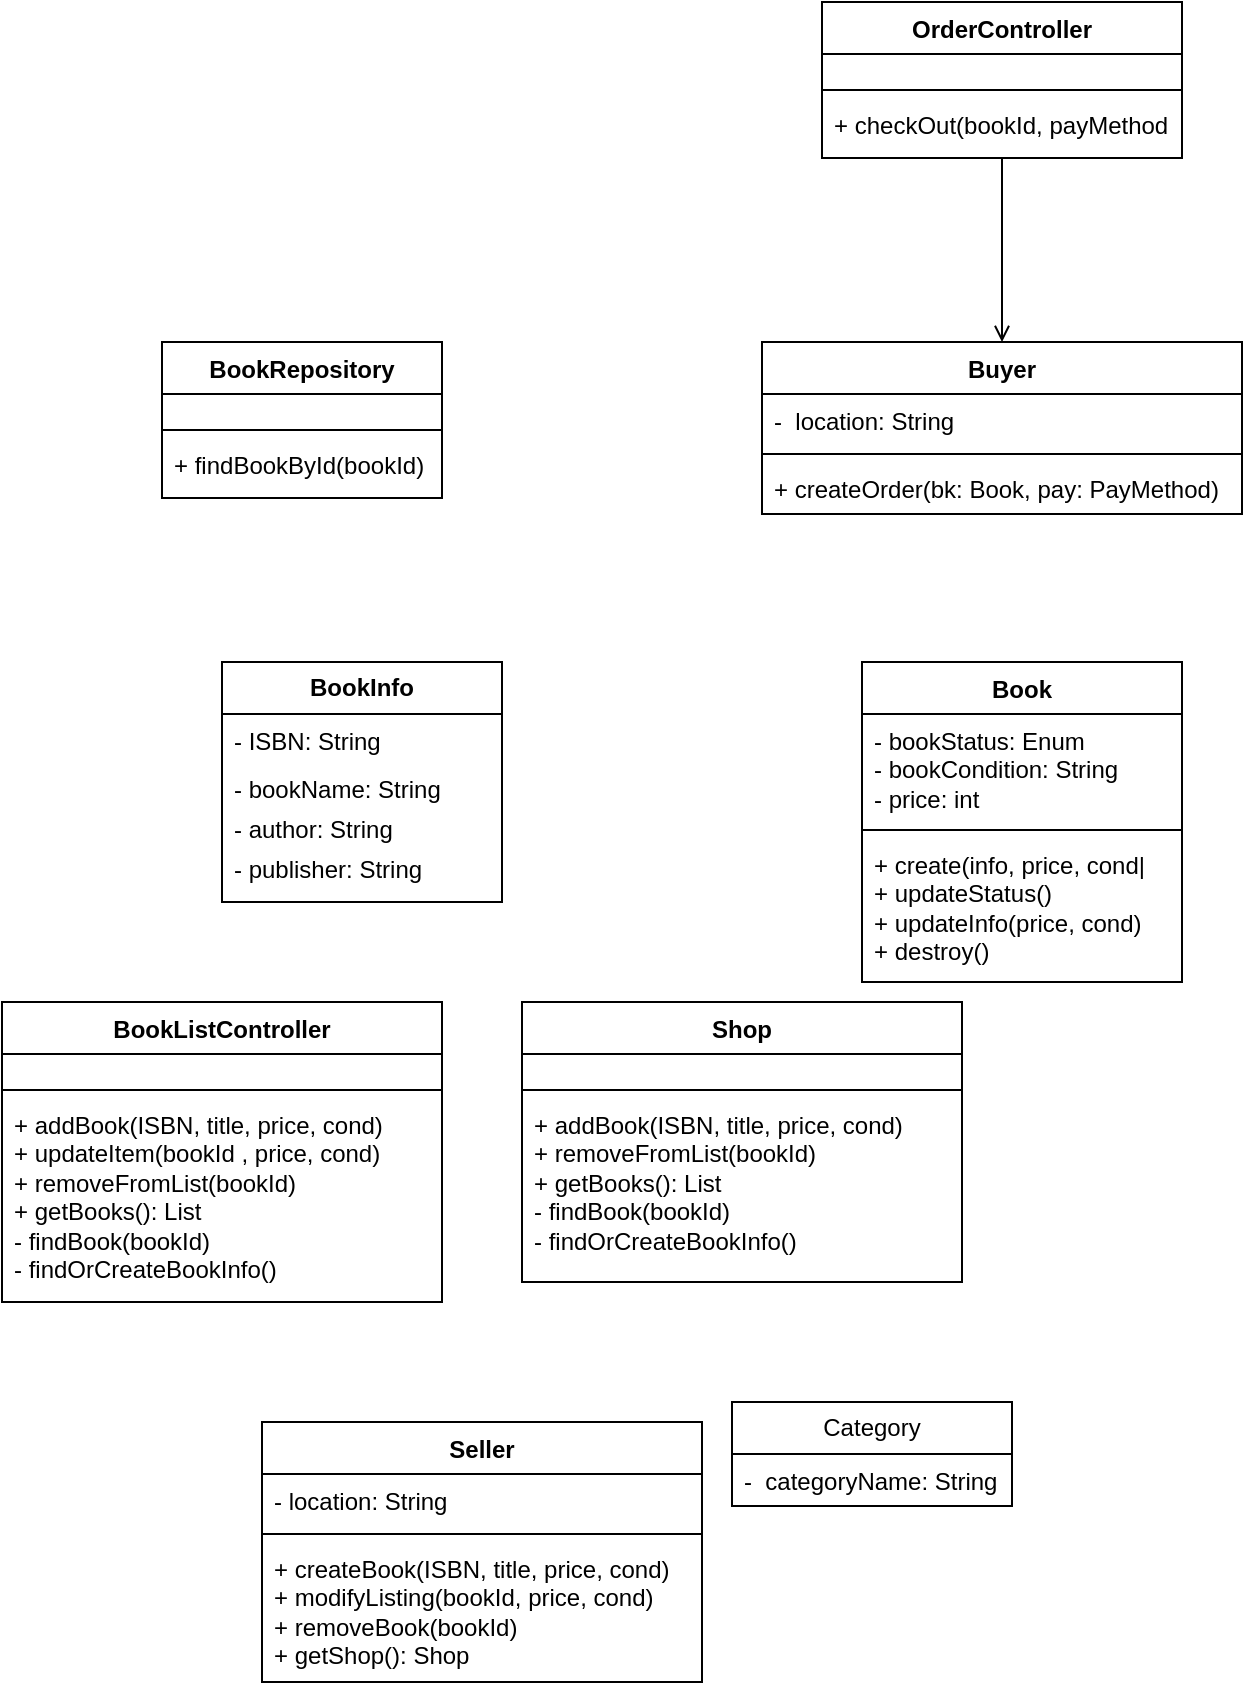
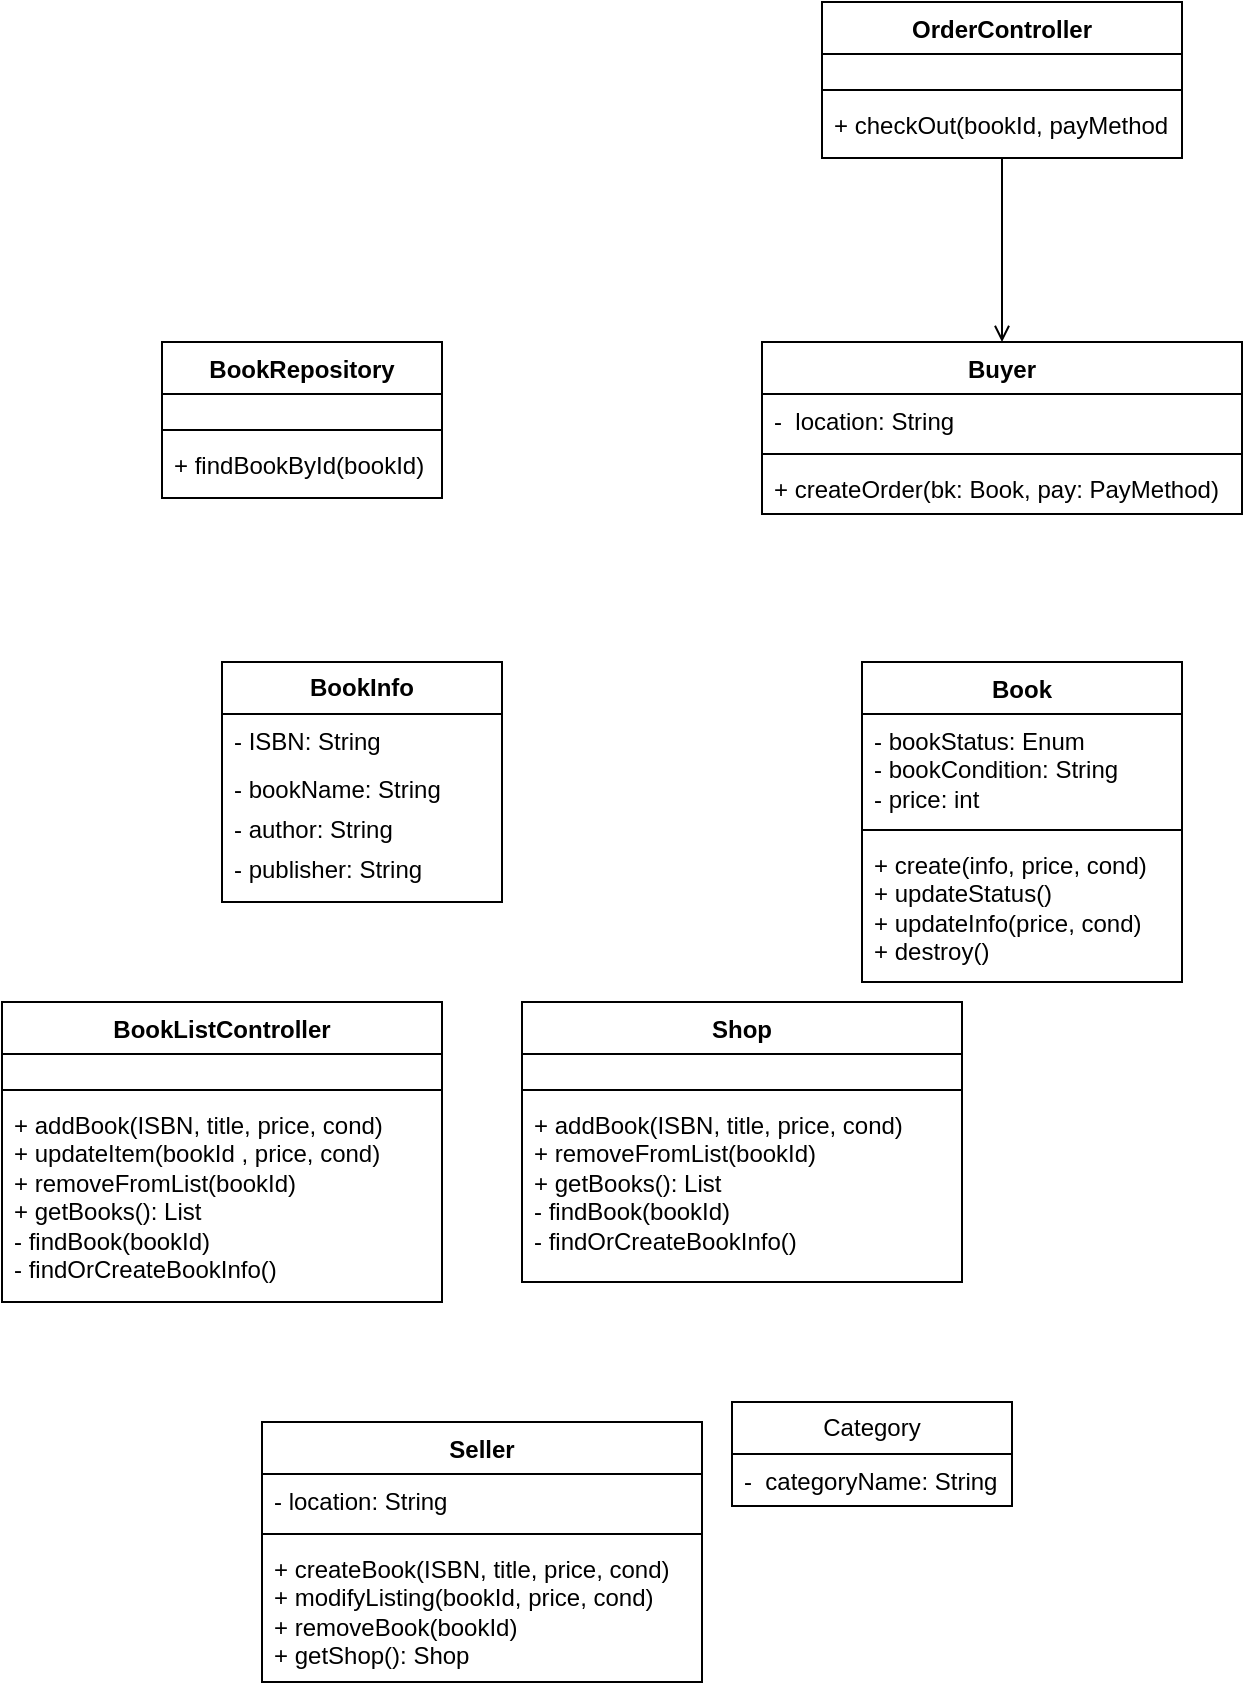
<mxfile host="app.diagrams.net">
  <diagram name="Page-1" id="VtFivtQyLcDJVtvw4Dsk">
-     <mxGraphModel dx="1043" dy="783" grid="1" gridSize="10" guides="1" tooltips="1" connect="1" arrows="1" fold="1" page="1" pageScale="1" pageWidth="850" pageHeight="1100" math="0" shadow="0">
+     <mxGraphModel dx="815" dy="487" grid="1" gridSize="10" guides="1" tooltips="1" connect="1" arrows="1" fold="1" page="1" pageScale="1" pageWidth="850" pageHeight="1100" math="0" shadow="0">
      <root>
        <mxCell id="0" />
        <mxCell id="1" parent="0" />
        <mxCell id="dG0GwmCcpYR5AFMPY-24-1" parent="1" style="swimlane;fontStyle=1;align=center;verticalAlign=top;childLayout=stackLayout;horizontal=1;startSize=26;horizontalStack=0;resizeParent=1;resizeParentMax=0;resizeLast=0;collapsible=1;marginBottom=0;whiteSpace=wrap;html=1;" value="OrderController" vertex="1">
          <mxGeometry height="78" width="180" x="470" y="240" as="geometry" />
        </mxCell>
        <mxCell id="dG0GwmCcpYR5AFMPY-24-2" parent="dG0GwmCcpYR5AFMPY-24-1" style="text;strokeColor=none;fillColor=none;align=left;verticalAlign=top;spacingLeft=4;spacingRight=4;overflow=hidden;rotatable=0;points=[[0,0.5],[1,0.5]];portConstraint=eastwest;whiteSpace=wrap;html=1;" value="&amp;nbsp;" vertex="1">
          <mxGeometry height="14" width="180" y="26" as="geometry" />
        </mxCell>
        <mxCell id="dG0GwmCcpYR5AFMPY-24-3" parent="dG0GwmCcpYR5AFMPY-24-1" style="line;strokeWidth=1;fillColor=none;align=left;verticalAlign=middle;spacingTop=-1;spacingLeft=3;spacingRight=3;rotatable=0;labelPosition=right;points=[];portConstraint=eastwest;strokeColor=inherit;" value="" vertex="1">
          <mxGeometry height="8" width="180" y="40" as="geometry" />
        </mxCell>
        <mxCell id="dG0GwmCcpYR5AFMPY-24-4" parent="dG0GwmCcpYR5AFMPY-24-1" style="text;strokeColor=none;fillColor=none;align=left;verticalAlign=top;spacingLeft=4;spacingRight=4;overflow=hidden;rotatable=0;points=[[0,0.5],[1,0.5]];portConstraint=eastwest;whiteSpace=wrap;html=1;" value="+ checkOut(bookId, payMethod" vertex="1">
          <mxGeometry height="30" width="180" y="48" as="geometry" />
        </mxCell>
        <mxCell id="dG0GwmCcpYR5AFMPY-24-5" parent="1" style="swimlane;fontStyle=1;align=center;verticalAlign=top;childLayout=stackLayout;horizontal=1;startSize=26;horizontalStack=0;resizeParent=1;resizeParentMax=0;resizeLast=0;collapsible=1;marginBottom=0;whiteSpace=wrap;html=1;" value="Buyer" vertex="1">
          <mxGeometry height="86" width="240" x="440" y="410" as="geometry" />
        </mxCell>
        <mxCell id="dG0GwmCcpYR5AFMPY-24-6" parent="dG0GwmCcpYR5AFMPY-24-5" style="text;strokeColor=none;fillColor=none;align=left;verticalAlign=top;spacingLeft=4;spacingRight=4;overflow=hidden;rotatable=0;points=[[0,0.5],[1,0.5]];portConstraint=eastwest;whiteSpace=wrap;html=1;" value="-&amp;nbsp; location: String" vertex="1">
          <mxGeometry height="26" width="240" y="26" as="geometry" />
        </mxCell>
        <mxCell id="dG0GwmCcpYR5AFMPY-24-7" parent="dG0GwmCcpYR5AFMPY-24-5" style="line;strokeWidth=1;fillColor=none;align=left;verticalAlign=middle;spacingTop=-1;spacingLeft=3;spacingRight=3;rotatable=0;labelPosition=right;points=[];portConstraint=eastwest;strokeColor=inherit;" value="" vertex="1">
          <mxGeometry height="8" width="240" y="52" as="geometry" />
        </mxCell>
        <mxCell id="dG0GwmCcpYR5AFMPY-24-8" parent="dG0GwmCcpYR5AFMPY-24-5" style="text;strokeColor=none;fillColor=none;align=left;verticalAlign=top;spacingLeft=4;spacingRight=4;overflow=hidden;rotatable=0;points=[[0,0.5],[1,0.5]];portConstraint=eastwest;whiteSpace=wrap;html=1;" value="+ createOrder(bk: Book, pay: PayMethod)" vertex="1">
          <mxGeometry height="26" width="240" y="60" as="geometry" />
        </mxCell>
        <mxCell id="dG0GwmCcpYR5AFMPY-24-9" parent="1" style="swimlane;fontStyle=1;align=center;verticalAlign=top;childLayout=stackLayout;horizontal=1;startSize=26;horizontalStack=0;resizeParent=1;resizeParentMax=0;resizeLast=0;collapsible=1;marginBottom=0;whiteSpace=wrap;html=1;" value="BookRepository" vertex="1">
          <mxGeometry height="78" width="140" x="140" y="410" as="geometry" />
        </mxCell>
        <mxCell id="dG0GwmCcpYR5AFMPY-24-10" parent="dG0GwmCcpYR5AFMPY-24-9" style="text;strokeColor=none;fillColor=none;align=left;verticalAlign=top;spacingLeft=4;spacingRight=4;overflow=hidden;rotatable=0;points=[[0,0.5],[1,0.5]];portConstraint=eastwest;whiteSpace=wrap;html=1;" value="&amp;nbsp;" vertex="1">
          <mxGeometry height="14" width="140" y="26" as="geometry" />
        </mxCell>
        <mxCell id="dG0GwmCcpYR5AFMPY-24-11" parent="dG0GwmCcpYR5AFMPY-24-9" style="line;strokeWidth=1;fillColor=none;align=left;verticalAlign=middle;spacingTop=-1;spacingLeft=3;spacingRight=3;rotatable=0;labelPosition=right;points=[];portConstraint=eastwest;strokeColor=inherit;" value="" vertex="1">
          <mxGeometry height="8" width="140" y="40" as="geometry" />
        </mxCell>
        <mxCell id="dG0GwmCcpYR5AFMPY-24-12" parent="dG0GwmCcpYR5AFMPY-24-9" style="text;strokeColor=none;fillColor=none;align=left;verticalAlign=top;spacingLeft=4;spacingRight=4;overflow=hidden;rotatable=0;points=[[0,0.5],[1,0.5]];portConstraint=eastwest;whiteSpace=wrap;html=1;" value="+ findBookById(bookId)" vertex="1">
          <mxGeometry height="30" width="140" y="48" as="geometry" />
        </mxCell>
        <mxCell id="dG0GwmCcpYR5AFMPY-24-13" edge="1" parent="1" source="dG0GwmCcpYR5AFMPY-24-1" style="endArrow=open;endFill=1;html=1;rounded=0;exitX=0.5;exitY=1;exitDx=0;exitDy=0;" target="dG0GwmCcpYR5AFMPY-24-5" value="">
          <mxGeometry relative="1" width="160" as="geometry">
            <mxPoint x="560" y="320" as="sourcePoint" />
            <mxPoint x="650" y="410" as="targetPoint" />
          </mxGeometry>
        </mxCell>
        <mxCell id="dG0GwmCcpYR5AFMPY-24-14" parent="1" style="swimlane;fontStyle=1;align=center;verticalAlign=top;childLayout=stackLayout;horizontal=1;startSize=26;horizontalStack=0;resizeParent=1;resizeParentMax=0;resizeLast=0;collapsible=1;marginBottom=0;whiteSpace=wrap;html=1;" value="Book" vertex="1">
          <mxGeometry height="160" width="160" x="490" y="570" as="geometry" />
        </mxCell>
        <mxCell id="dG0GwmCcpYR5AFMPY-24-15" parent="dG0GwmCcpYR5AFMPY-24-14" style="text;strokeColor=none;fillColor=none;align=left;verticalAlign=top;spacingLeft=4;spacingRight=4;overflow=hidden;rotatable=0;points=[[0,0.5],[1,0.5]];portConstraint=eastwest;whiteSpace=wrap;html=1;" value="- bookStatus: Enum&amp;nbsp;&lt;div&gt;- bookCondition: String&amp;nbsp;&lt;/div&gt;&lt;div&gt;- price: int&amp;nbsp;&amp;nbsp;&lt;/div&gt;" vertex="1">
          <mxGeometry height="54" width="160" y="26" as="geometry" />
        </mxCell>
        <mxCell id="dG0GwmCcpYR5AFMPY-24-16" parent="dG0GwmCcpYR5AFMPY-24-14" style="line;strokeWidth=1;fillColor=none;align=left;verticalAlign=middle;spacingTop=-1;spacingLeft=3;spacingRight=3;rotatable=0;labelPosition=right;points=[];portConstraint=eastwest;strokeColor=inherit;" value="" vertex="1">
          <mxGeometry height="8" width="160" y="80" as="geometry" />
        </mxCell>
-         <mxCell id="dG0GwmCcpYR5AFMPY-24-17" parent="dG0GwmCcpYR5AFMPY-24-14" style="text;strokeColor=none;fillColor=none;align=left;verticalAlign=top;spacingLeft=4;spacingRight=4;overflow=hidden;rotatable=0;points=[[0,0.5],[1,0.5]];portConstraint=eastwest;whiteSpace=wrap;html=1;" value="+ create(info, price, cond|&amp;nbsp;&amp;nbsp;&lt;div&gt;+ updateStatus()&amp;nbsp;&lt;/div&gt;&lt;div&gt;+ updateInfo(price, cond)&amp;nbsp;&lt;/div&gt;&lt;div&gt;+ destroy()&amp;nbsp; &amp;nbsp; &amp;nbsp; &amp;nbsp; &amp;nbsp; &amp;nbsp; &amp;nbsp; &amp;nbsp;&lt;/div&gt;" vertex="1">
+         <mxCell id="dG0GwmCcpYR5AFMPY-24-17" parent="dG0GwmCcpYR5AFMPY-24-14" style="text;strokeColor=none;fillColor=none;align=left;verticalAlign=top;spacingLeft=4;spacingRight=4;overflow=hidden;rotatable=0;points=[[0,0.5],[1,0.5]];portConstraint=eastwest;whiteSpace=wrap;html=1;" value="+ create(info, price, cond)&amp;nbsp;&amp;nbsp;&lt;div&gt;+ updateStatus()&amp;nbsp;&lt;/div&gt;&lt;div&gt;+ updateInfo(price, cond)&amp;nbsp;&lt;/div&gt;&lt;div&gt;+ destroy()&amp;nbsp; &amp;nbsp; &amp;nbsp; &amp;nbsp; &amp;nbsp; &amp;nbsp; &amp;nbsp; &amp;nbsp;&lt;/div&gt;" vertex="1">
          <mxGeometry height="72" width="160" y="88" as="geometry" />
        </mxCell>
        <mxCell id="dG0GwmCcpYR5AFMPY-24-18" parent="1" style="swimlane;fontStyle=0;childLayout=stackLayout;horizontal=1;startSize=26;fillColor=none;horizontalStack=0;resizeParent=1;resizeParentMax=0;resizeLast=0;collapsible=1;marginBottom=0;whiteSpace=wrap;html=1;" value="&lt;b&gt;BookInfo&lt;/b&gt;" vertex="1">
          <mxGeometry height="120" width="140" x="170" y="570" as="geometry" />
        </mxCell>
        <mxCell id="dG0GwmCcpYR5AFMPY-24-19" parent="dG0GwmCcpYR5AFMPY-24-18" style="text;strokeColor=none;fillColor=none;align=left;verticalAlign=top;spacingLeft=4;spacingRight=4;overflow=hidden;rotatable=0;points=[[0,0.5],[1,0.5]];portConstraint=eastwest;whiteSpace=wrap;html=1;" value="- ISBN: String&amp;nbsp;" vertex="1">
          <mxGeometry height="24" width="140" y="26" as="geometry" />
        </mxCell>
        <mxCell id="dG0GwmCcpYR5AFMPY-24-20" parent="dG0GwmCcpYR5AFMPY-24-18" style="text;strokeColor=none;fillColor=none;align=left;verticalAlign=top;spacingLeft=4;spacingRight=4;overflow=hidden;rotatable=0;points=[[0,0.5],[1,0.5]];portConstraint=eastwest;whiteSpace=wrap;html=1;" value="- bookName: String" vertex="1">
          <mxGeometry height="20" width="140" y="50" as="geometry" />
        </mxCell>
        <mxCell id="dG0GwmCcpYR5AFMPY-24-21" parent="dG0GwmCcpYR5AFMPY-24-18" style="text;strokeColor=none;fillColor=none;align=left;verticalAlign=top;spacingLeft=4;spacingRight=4;overflow=hidden;rotatable=0;points=[[0,0.5],[1,0.5]];portConstraint=eastwest;whiteSpace=wrap;html=1;" value="- author: String&amp;nbsp;" vertex="1">
          <mxGeometry height="20" width="140" y="70" as="geometry" />
        </mxCell>
        <mxCell id="dG0GwmCcpYR5AFMPY-24-26" parent="dG0GwmCcpYR5AFMPY-24-18" style="text;strokeColor=none;fillColor=none;align=left;verticalAlign=top;spacingLeft=4;spacingRight=4;overflow=hidden;rotatable=0;points=[[0,0.5],[1,0.5]];portConstraint=eastwest;whiteSpace=wrap;html=1;" value="- publisher: String&amp;nbsp;" vertex="1">
          <mxGeometry height="30" width="140" y="90" as="geometry" />
        </mxCell>
        <mxCell id="dG0GwmCcpYR5AFMPY-24-27" parent="1" style="swimlane;fontStyle=1;align=center;verticalAlign=top;childLayout=stackLayout;horizontal=1;startSize=26;horizontalStack=0;resizeParent=1;resizeParentMax=0;resizeLast=0;collapsible=1;marginBottom=0;whiteSpace=wrap;html=1;" value="Shop" vertex="1">
          <mxGeometry height="140" width="220" x="320" y="740" as="geometry" />
        </mxCell>
        <mxCell id="dG0GwmCcpYR5AFMPY-24-28" parent="dG0GwmCcpYR5AFMPY-24-27" style="text;strokeColor=none;fillColor=none;align=left;verticalAlign=top;spacingLeft=4;spacingRight=4;overflow=hidden;rotatable=0;points=[[0,0.5],[1,0.5]];portConstraint=eastwest;whiteSpace=wrap;html=1;" value="&amp;nbsp;" vertex="1">
          <mxGeometry height="14" width="220" y="26" as="geometry" />
        </mxCell>
        <mxCell id="dG0GwmCcpYR5AFMPY-24-29" parent="dG0GwmCcpYR5AFMPY-24-27" style="line;strokeWidth=1;fillColor=none;align=left;verticalAlign=middle;spacingTop=-1;spacingLeft=3;spacingRight=3;rotatable=0;labelPosition=right;points=[];portConstraint=eastwest;strokeColor=inherit;" value="" vertex="1">
          <mxGeometry height="8" width="220" y="40" as="geometry" />
        </mxCell>
        <mxCell id="dG0GwmCcpYR5AFMPY-24-30" parent="dG0GwmCcpYR5AFMPY-24-27" style="text;strokeColor=none;fillColor=none;align=left;verticalAlign=top;spacingLeft=4;spacingRight=4;overflow=hidden;rotatable=0;points=[[0,0.5],[1,0.5]];portConstraint=eastwest;whiteSpace=wrap;html=1;" value="+ addBook(ISBN, title, price, cond)&lt;br&gt;+ removeFromList(bookId)&lt;br&gt;+ getBooks(): List&lt;br&gt;- findBook(bookId)&lt;br&gt;- findOrCreateBookInfo()" vertex="1">
          <mxGeometry height="92" width="220" y="48" as="geometry" />
        </mxCell>
        <mxCell id="dG0GwmCcpYR5AFMPY-24-31" parent="1" style="swimlane;fontStyle=1;align=center;verticalAlign=top;childLayout=stackLayout;horizontal=1;startSize=26;horizontalStack=0;resizeParent=1;resizeParentMax=0;resizeLast=0;collapsible=1;marginBottom=0;whiteSpace=wrap;html=1;" value="BookListController" vertex="1">
          <mxGeometry height="150" width="220" x="60" y="740" as="geometry" />
        </mxCell>
        <mxCell id="dG0GwmCcpYR5AFMPY-24-32" parent="dG0GwmCcpYR5AFMPY-24-31" style="text;strokeColor=none;fillColor=none;align=left;verticalAlign=top;spacingLeft=4;spacingRight=4;overflow=hidden;rotatable=0;points=[[0,0.5],[1,0.5]];portConstraint=eastwest;whiteSpace=wrap;html=1;" value="&amp;nbsp;" vertex="1">
          <mxGeometry height="14" width="220" y="26" as="geometry" />
        </mxCell>
        <mxCell id="dG0GwmCcpYR5AFMPY-24-33" parent="dG0GwmCcpYR5AFMPY-24-31" style="line;strokeWidth=1;fillColor=none;align=left;verticalAlign=middle;spacingTop=-1;spacingLeft=3;spacingRight=3;rotatable=0;labelPosition=right;points=[];portConstraint=eastwest;strokeColor=inherit;" value="" vertex="1">
          <mxGeometry height="8" width="220" y="40" as="geometry" />
        </mxCell>
        <mxCell id="dG0GwmCcpYR5AFMPY-24-34" parent="dG0GwmCcpYR5AFMPY-24-31" style="text;strokeColor=none;fillColor=none;align=left;verticalAlign=top;spacingLeft=4;spacingRight=4;overflow=hidden;rotatable=0;points=[[0,0.5],[1,0.5]];portConstraint=eastwest;whiteSpace=wrap;html=1;" value="+ addBook(ISBN, title, price, cond)&lt;br&gt;+ updateItem(bookId&amp;nbsp;, price, cond)&lt;br&gt;+ removeFromList(bookId)&lt;br&gt;+ getBooks(): List&lt;br&gt;- findBook(bookId)&lt;br&gt;- findOrCreateBookInfo()" vertex="1">
          <mxGeometry height="102" width="220" y="48" as="geometry" />
        </mxCell>
        <mxCell id="dG0GwmCcpYR5AFMPY-24-35" parent="1" style="swimlane;fontStyle=0;childLayout=stackLayout;horizontal=1;startSize=26;fillColor=none;horizontalStack=0;resizeParent=1;resizeParentMax=0;resizeLast=0;collapsible=1;marginBottom=0;whiteSpace=wrap;html=1;" value="Category" vertex="1">
          <mxGeometry height="52" width="140" x="425" y="940" as="geometry" />
        </mxCell>
        <mxCell id="dG0GwmCcpYR5AFMPY-24-36" parent="dG0GwmCcpYR5AFMPY-24-35" style="text;strokeColor=none;fillColor=none;align=left;verticalAlign=top;spacingLeft=4;spacingRight=4;overflow=hidden;rotatable=0;points=[[0,0.5],[1,0.5]];portConstraint=eastwest;whiteSpace=wrap;html=1;" value="-&amp;nbsp; categoryName: String" vertex="1">
          <mxGeometry height="26" width="140" y="26" as="geometry" />
        </mxCell>
        <mxCell id="dG0GwmCcpYR5AFMPY-24-39" parent="1" style="swimlane;fontStyle=1;align=center;verticalAlign=top;childLayout=stackLayout;horizontal=1;startSize=26;horizontalStack=0;resizeParent=1;resizeParentMax=0;resizeLast=0;collapsible=1;marginBottom=0;whiteSpace=wrap;html=1;" value="Seller" vertex="1">
          <mxGeometry height="130" width="220" x="190" y="950" as="geometry" />
        </mxCell>
        <mxCell id="dG0GwmCcpYR5AFMPY-24-40" parent="dG0GwmCcpYR5AFMPY-24-39" style="text;strokeColor=none;fillColor=none;align=left;verticalAlign=top;spacingLeft=4;spacingRight=4;overflow=hidden;rotatable=0;points=[[0,0.5],[1,0.5]];portConstraint=eastwest;whiteSpace=wrap;html=1;" value="- location: String&amp;nbsp; &amp;nbsp; &amp;nbsp; &amp;nbsp; &amp;nbsp; &amp;nbsp; &amp;nbsp; &amp;nbsp; &amp;nbsp;" vertex="1">
          <mxGeometry height="26" width="220" y="26" as="geometry" />
        </mxCell>
        <mxCell id="dG0GwmCcpYR5AFMPY-24-41" parent="dG0GwmCcpYR5AFMPY-24-39" style="line;strokeWidth=1;fillColor=none;align=left;verticalAlign=middle;spacingTop=-1;spacingLeft=3;spacingRight=3;rotatable=0;labelPosition=right;points=[];portConstraint=eastwest;strokeColor=inherit;" value="" vertex="1">
          <mxGeometry height="8" width="220" y="52" as="geometry" />
        </mxCell>
        <mxCell id="dG0GwmCcpYR5AFMPY-24-42" parent="dG0GwmCcpYR5AFMPY-24-39" style="text;strokeColor=none;fillColor=none;align=left;verticalAlign=top;spacingLeft=4;spacingRight=4;overflow=hidden;rotatable=0;points=[[0,0.5],[1,0.5]];portConstraint=eastwest;whiteSpace=wrap;html=1;" value="+ createBook(ISBN, title, price, cond)&lt;br&gt;&lt;div&gt;+ modifyListing(bookId, price, cond)&lt;br&gt;+ removeBook(bookId)&lt;br&gt;+ getShop(): Shop&lt;/div&gt;" vertex="1">
          <mxGeometry height="70" width="220" y="60" as="geometry" />
        </mxCell>
      </root>
    </mxGraphModel>
  </diagram>
</mxfile>
